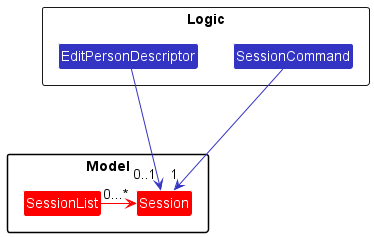
This is docs/images/SessionDependency.png from AY2223S1-CS2103T-W09-4/tp, a PlantUML export, as it was before one commit. Its diagram source:
```plantuml
@startuml
!include style.puml

package Model  {
    Class SessionList #red
    Class Session #red
}

package Logic <<Rectangle>> {
    skinparam arrowColor LOGIC_COLOR
    skinparam classBackgroundColor LOGIC_COLOR
    Class EditPersonDescriptor
    Class SessionCommand
}

SessionCommand --down-> "1"Session
SessionList -right-> "0...*"Session #red
EditPersonDescriptor --down->"0..1" Session


@enduml
```
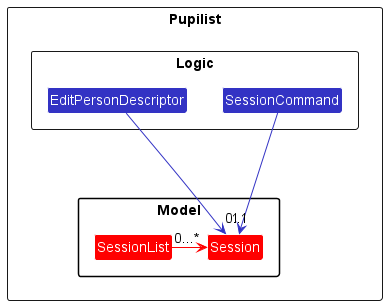
After the change.

What changed in the source:
```diff
@@ -1,5 +1,7 @@
 @startuml
 !include style.puml
+
+package Pupilist <<Rectangle>> {
 
 package Model  {
     Class SessionList #red
@@ -17,5 +19,6 @@
 SessionList -right-> "0...*"Session #red
 EditPersonDescriptor --down->"0..1" Session
 
+}
 
 @enduml
```
